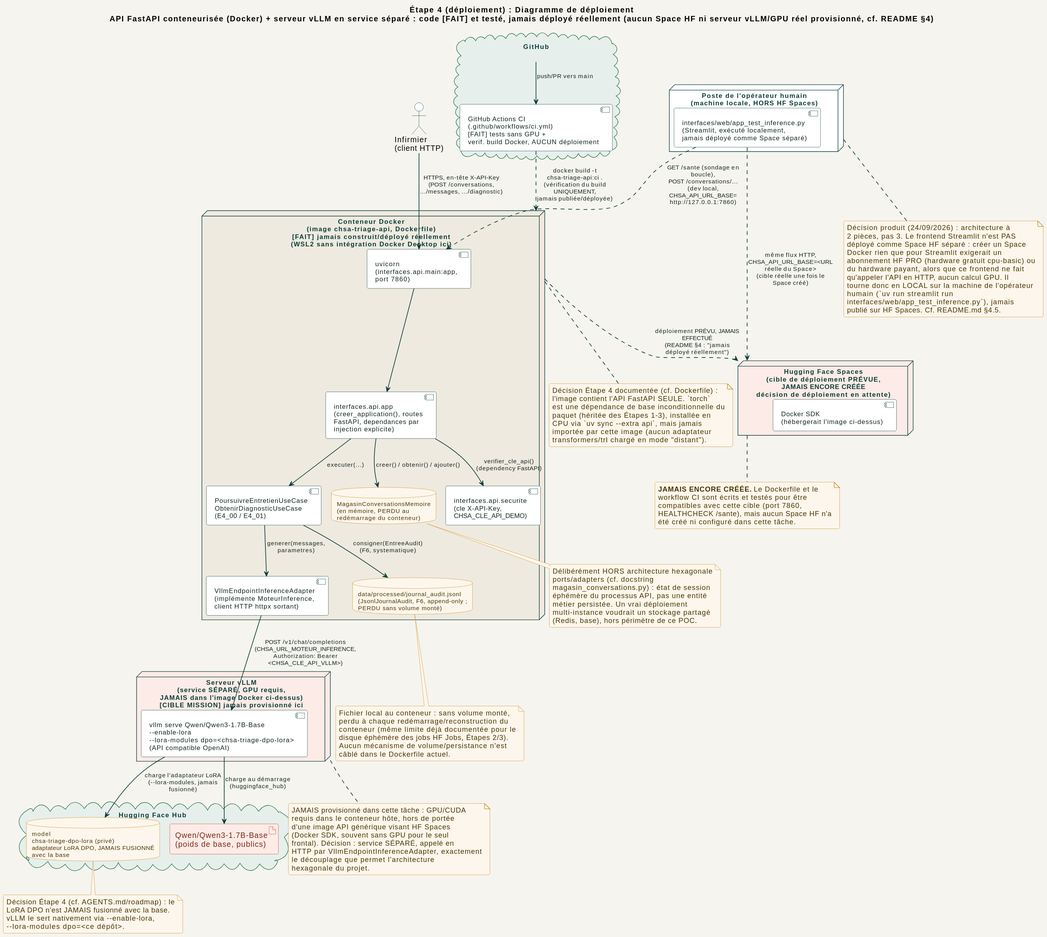
Earlier version of the PlantUML export docs/diagrams/05_etape4_deploiement/deploiement/deploiement_etape4.svg (racemartin/m14_ocr).
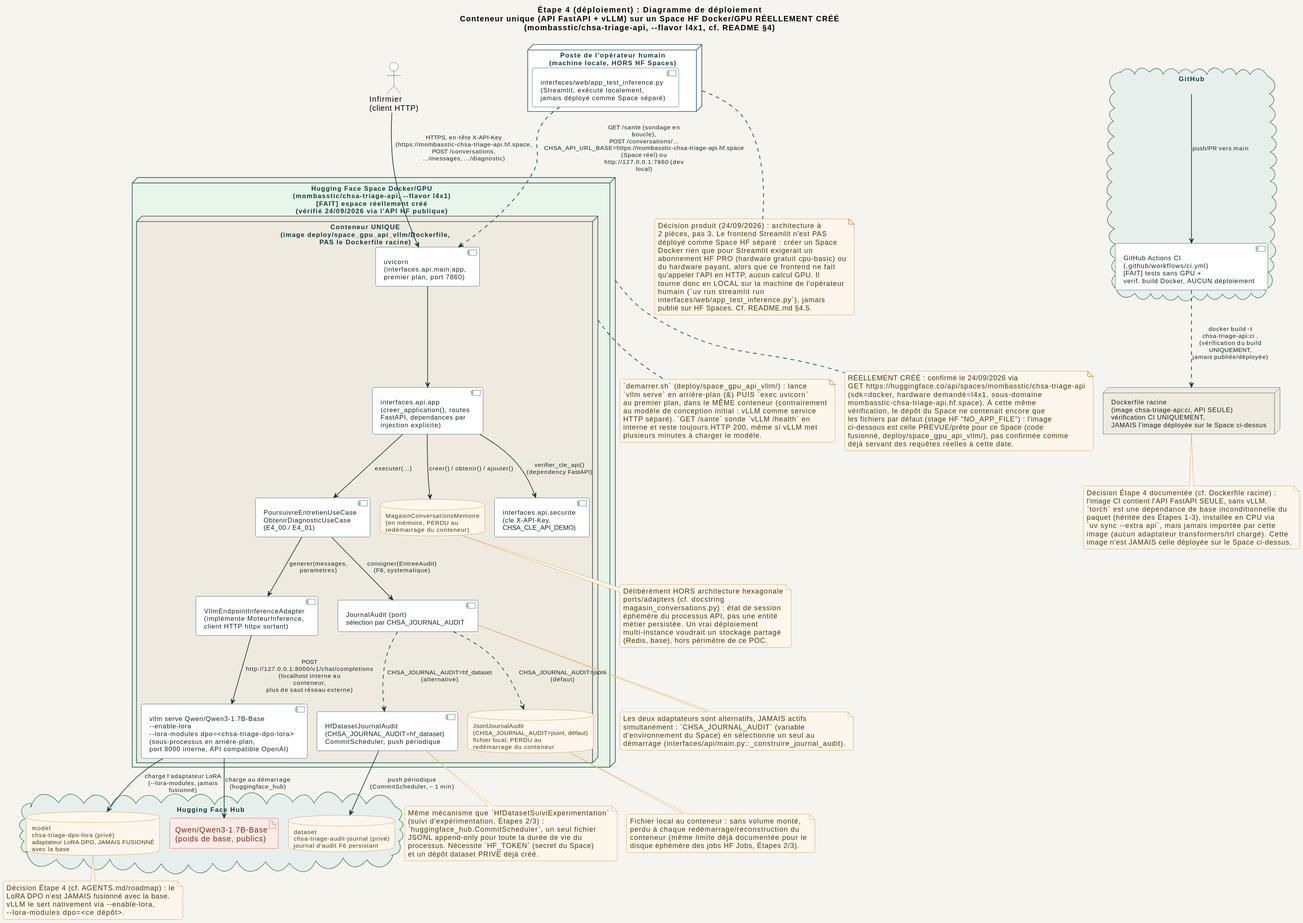
The same file after the commit.

Commit message:
fix(diagrams): corriger le diagramme de deploiement Etape 4 pour refleter l'etat reel

Diff of the diagram source:
```diff
@@ -2,81 +2,90 @@
 !pragma layout smetana
 !include ../../_common/estilo.iuml
 
-title Étape 4 (déploiement) : Diagramme de déploiement\nAPI FastAPI conteneurisée (Docker) + serveur vLLM en service séparé : code [FAIT] et testé, jamais déployé réellement (aucun Space HF ni serveur vLLM/GPU réel provisionné, cf. README §4)
+title Étape 4 (déploiement) : Diagramme de déploiement\nConteneur unique (API FastAPI + vLLM) sur un Space HF Docker/GPU RÉELLEMENT CRÉÉ\n(mombasstic/chsa-triage-api, --flavor l4x1, cf. README §4)
 
 actor "Infirmier\n(client HTTP)" as INFIRMIER
 
-node "Conteneur Docker\n(image chsa-triage-api, Dockerfile)\n[FAIT] jamais construit/déployé réellement\n(WSL2 sans intégration Docker Desktop ici)" as DOCKER #EFEAE0 {
-  component "uvicorn\n(interfaces.api.main:app,\nport 7860)" as UVICORN
-  component "interfaces.api.app\n(creer_application(), routes\nFastAPI, dependances par\ninjection explicite)" as APP
-  component "interfaces.api.securite\n(cle X-API-Key,\nCHSA_CLE_API_DEMO)" as SECURITE
-  database "MagasinConversationsMemoire\n(en mémoire, PERDU au\nredémarrage du conteneur)" as MAGASIN
-  component "PoursuivreEntretienUseCase\nObtenirDiagnosticUseCase\n(E4_00 / E4_01)" as USECASES
-  component "VllmEndpointInferenceAdapter\n(implémente MoteurInference,\nclient HTTP httpx sortant)" as ADAPT_VLLM
-  database "data/processed/journal_audit.jsonl\n(JsonlJournalAudit, F6, append-only ;\nPERDU sans volume monté)" as JOURNAL
-}
-
-node "Serveur vLLM\n(service SÉPARÉ, GPU requis,\nJAMAIS dans l'image Docker ci-dessus)\n[CIBLE MISSION] jamais provisionné ici" as VLLM #FCEBE6 {
-  component "vllm serve Qwen/Qwen3-1.7B-Base\n~-~-enable-lora\n~-~-lora-modules dpo=<chsa-triage-dpo-lora>\n(API compatible OpenAI)" as VLLM_SERVER
+node "Hugging Face Space Docker/GPU\n(mombasstic/chsa-triage-api, --flavor l4x1)\n[FAIT] espace réellement créé\n(vérifié 24/09/2026 via l'API HF publique)" as HFSPACE #E8F5E9 {
+  node "Conteneur UNIQUE\n(image deploy/space_gpu_api_vllm/Dockerfile,\nPAS le Dockerfile racine)" as CONTAINER #EFEAE0 {
+    component "vllm serve Qwen/Qwen3-1.7B-Base\n~-~-enable-lora\n~-~-lora-modules dpo=<chsa-triage-dpo-lora>\n(sous-processus en arrière-plan,\nport 8000 interne, API compatible OpenAI)" as VLLM_SERVER
+    component "uvicorn\n(interfaces.api.main:app,\npremier plan, port 7860)" as UVICORN
+    component "interfaces.api.app\n(creer_application(), routes\nFastAPI, dependances par\ninjection explicite)" as APP
+    component "interfaces.api.securite\n(cle X-API-Key,\nCHSA_CLE_API_DEMO)" as SECURITE
+    database "MagasinConversationsMemoire\n(en mémoire, PERDU au\nredémarrage du conteneur)" as MAGASIN
+    component "PoursuivreEntretienUseCase\nObtenirDiagnosticUseCase\n(E4_00 / E4_01)" as USECASES
+    component "VllmEndpointInferenceAdapter\n(implémente MoteurInference,\nclient HTTP httpx sortant)" as ADAPT_VLLM
+    component "JournalAudit (port)\nsélection par CHSA_JOURNAL_AUDIT" as JOURNAL_PORT
+    database "JsonlJournalAudit\n(CHSA_JOURNAL_AUDIT=jsonl, défaut)\nfichier local, PERDU au\nredémarrage du conteneur" as JOURNAL_JSONL
+    component "HfDatasetJournalAudit\n(CHSA_JOURNAL_AUDIT=hf_dataset)\nCommitScheduler, push périodique" as JOURNAL_HFDS
+  }
 }
 
 cloud "Hugging Face Hub" as HFHUB {
   artifact "Qwen/Qwen3-1.7B-Base\n(poids de base, publics)" as MODELE_BASE
   database "model\nchsa-triage-dpo-lora (privé)\nadaptateur LoRA DPO, JAMAIS FUSIONNÉ\navec la base" as REPO_DPO_LORA
+  database "dataset\nchsa-triage-audit-journal (privé)\njournal d'audit F6 persistant" as REPO_AUDIT_HF
 }
 
 cloud "GitHub" as GITHUB {
   component "GitHub Actions CI\n(.github/workflows/ci.yml)\n[FAIT] tests sans GPU +\nverif. build Docker, AUCUN déploiement" as CI
 }
 
-node "Hugging Face Spaces\n(cible de déploiement PRÉVUE,\n**JAMAIS ENCORE CRÉÉE**\ndécision de déploiement en attente)" as HFSPACE #FCEBE6 {
-  component "Docker SDK\n(hébergerait l'image ci-dessus)" as SPACE_DOCKER
-}
+node "Dockerfile racine\n(image chsa-triage-api:ci, API SEULE)\nvérification CI UNIQUEMENT,\nJAMAIS l'image déployée sur le Space ci-dessus" as DOCKER_CI #EFEAE0
 
 node "Poste de l'opérateur humain\n(machine locale, HORS HF Spaces)" as OPERATEUR #FFFFFF {
   component "interfaces/web/app_test_inference.py\n(Streamlit, exécuté localement,\njamais déployé comme Space séparé)" as STREAMLIT
 }
 
 
-INFIRMIER --> UVICORN : HTTPS, en-tête X-API-Key\n(POST /conversations,\n.../messages, .../diagnostic)
+INFIRMIER --> UVICORN : HTTPS, en-tête X-API-Key\n(https://mombasstic-chsa-triage-api.hf.space,\nPOST /conversations, .../messages, .../diagnostic)
 UVICORN --> APP
 APP --> SECURITE : verifier_cle_api()\n(dependency FastAPI)
 APP --> MAGASIN : creer() / obtenir() / ajouter()
 APP --> USECASES : executer(...)
 USECASES --> ADAPT_VLLM : generer(messages, parametres)
-USECASES --> JOURNAL : consigner(EntreeAudit)\n(F6, systematique)
+USECASES --> JOURNAL_PORT : consigner(EntreeAudit)\n(F6, systematique)
 
-ADAPT_VLLM --> VLLM_SERVER : POST /v1/chat/completions\n(CHSA_URL_MOTEUR_INFERENCE,\nAuthorization: Bearer <CHSA_CLE_API_VLLM>)
+ADAPT_VLLM --> VLLM_SERVER : POST http://127.0.0.1:8000/v1/chat/completions\n(localhost interne au conteneur,\nplus de saut réseau externe)
 VLLM_SERVER --> MODELE_BASE : charge au démarrage\n(huggingface_hub)
 VLLM_SERVER --> REPO_DPO_LORA : charge l'adaptateur LoRA\n(~-~-lora-modules, jamais fusionné)
 
+JOURNAL_PORT ..> JOURNAL_JSONL : CHSA_JOURNAL_AUDIT=jsonl\n(défaut)
+JOURNAL_PORT ..> JOURNAL_HFDS : CHSA_JOURNAL_AUDIT=hf_dataset\n(alternative)
+JOURNAL_HFDS --> REPO_AUDIT_HF : push périodique\n(CommitScheduler, ~1 min)
+
 GITHUB --> CI : push/PR vers main
-CI ..> DOCKER : docker build -t chsa-triage-api:ci .\n(vérification du build UNIQUEMENT,\njamais publiée/déployée)
+CI ..> DOCKER_CI : docker build -t chsa-triage-api:ci .\n(vérification du build UNIQUEMENT,\njamais publiée/déployée)
 
-DOCKER ..> HFSPACE : déploiement PRÉVU, JAMAIS EFFECTUÉ\n(README §4 : "jamais déployé réellement")
+STREAMLIT ..> UVICORN : GET /sante (sondage en boucle),\nPOST /conversations/...\nCHSA_API_URL_BASE=https://mombasstic-chsa-triage-api.hf.space\n(Space réel) ou http://127.0.0.1:7860 (dev local)
 
-STREAMLIT ..> UVICORN : GET /sante (sondage en boucle),\nPOST /conversations/...\n(dev local, CHSA_API_URL_BASE=\nhttp://127.0.0.1:7860)
-STREAMLIT ..> HFSPACE : même flux HTTP,\nCHSA_API_URL_BASE=<URL réelle du Space>\n(cible réelle une fois le Space créé)
-
-note bottom of DOCKER
-  Décision Étape 4 documentée (cf. Dockerfile) :
-  l'image contient l'API FastAPI SEULE. `torch`
-  est une dépendance de base inconditionnelle du
-  paquet (héritée des Étapes 1-3), installée en
-  CPU via `uv sync ~-~-extra api`, mais jamais
-  importée par cette image (aucun adaptateur
-  transformers/trl chargé en mode "distant").
+note bottom of HFSPACE
+  RÉELLEMENT CRÉÉ : confirmé le 24/09/2026 via
+  GET https://huggingface.co/api/spaces/mombasstic/chsa-triage-api
+  (sdk=docker, hardware demandé=l4x1, sous-domaine
+  mombasstic-chsa-triage-api.hf.space). À cette même
+  vérification, le dépôt du Space ne contenait encore que
+  les fichiers par défaut (stage HF "NO_APP_FILE") : l'image
+  ci-dessous est celle PRÉVUE/prête pour ce Space (code
+  fusionné, deploy/space_gpu_api_vllm/), pas confirmée comme
+  déjà servant des requêtes réelles à cette date.
 end note
 
-note bottom of VLLM
-  JAMAIS provisionné dans cette tâche : GPU/CUDA
-  requis dans le conteneur hôte, hors de portée
-  d'une image API générique visant HF Spaces
-  (Docker SDK, souvent sans GPU pour le seul
-  frontal). Décision : service SÉPARÉ, appelé en
-  HTTP par VllmEndpointInferenceAdapter, exactement
-  le découplage que permet l'architecture
-  hexagonale du projet.
+note bottom of CONTAINER
+  `demarrer.sh` (deploy/space_gpu_api_vllm/) : lance
+  `vllm serve` en arrière-plan (&) PUIS `exec uvicorn`
+  au premier plan, dans le MÊME conteneur (contrairement
+  au modèle de conception initial : vLLM comme service
+  HTTP séparé). `GET /sante` sonde `vLLM /health` en
+  interne et reste toujours HTTP 200, même si vLLM met
+  plusieurs minutes à charger le modèle.
+end note
+
+note bottom of JOURNAL_PORT
+  Les deux adaptateurs sont alternatifs, JAMAIS actifs
+  simultanément : `CHSA_JOURNAL_AUDIT` (variable
+  d'environnement du Space) en sélectionne un seul au
+  démarrage (interfaces/api/main.py::_construire_journal_audit).
 end note
 
 note bottom of MAGASIN
@@ -89,21 +98,30 @@
   (Redis, base), hors périmètre de ce POC.
 end note
 
-note bottom of JOURNAL
+note bottom of JOURNAL_JSONL
   Fichier local au conteneur : sans volume monté,
   perdu à chaque redémarrage/reconstruction du
   conteneur (même limite déjà documentée pour le
   disque éphémère des jobs HF Jobs, Étapes 2/3).
-  Aucun mécanisme de volume/persistance n'est
-  câblé dans le Dockerfile actuel.
 end note
 
-note bottom of HFSPACE
-  **JAMAIS ENCORE CRÉÉE.** Le Dockerfile et le
-  workflow CI sont écrits et testés pour être
-  compatibles avec cette cible (port 7860,
-  HEALTHCHECK /sante), mais aucun Space HF n'a
-  été créé ni configuré dans cette tâche.
+note bottom of JOURNAL_HFDS
+  Même mécanisme que `HfDatasetSuiviExperimentation`
+  (suivi d'expérimentation, Étapes 2/3) :
+  `huggingface_hub.CommitScheduler`, un seul fichier
+  JSONL append-only pour toute la durée de vie du
+  processus. Nécessite `HF_TOKEN` (secret du Space)
+  et un dépôt dataset PRIVÉ déjà créé.
+end note
+
+note bottom of DOCKER_CI
+  Décision Étape 4 documentée (cf. Dockerfile racine) :
+  l'image CI contient l'API FastAPI SEULE, sans vLLM.
+  `torch` est une dépendance de base inconditionnelle du
+  paquet (héritée des Étapes 1-3), installée en CPU via
+  `uv sync ~-~-extra api`, mais jamais importée par cette
+  image (aucun adaptateur transformers/trl chargé). Cette
+  image n'est JAMAIS celle déployée sur le Space ci-dessus.
 end note
 
 note bottom of REPO_DPO_LORA
```
